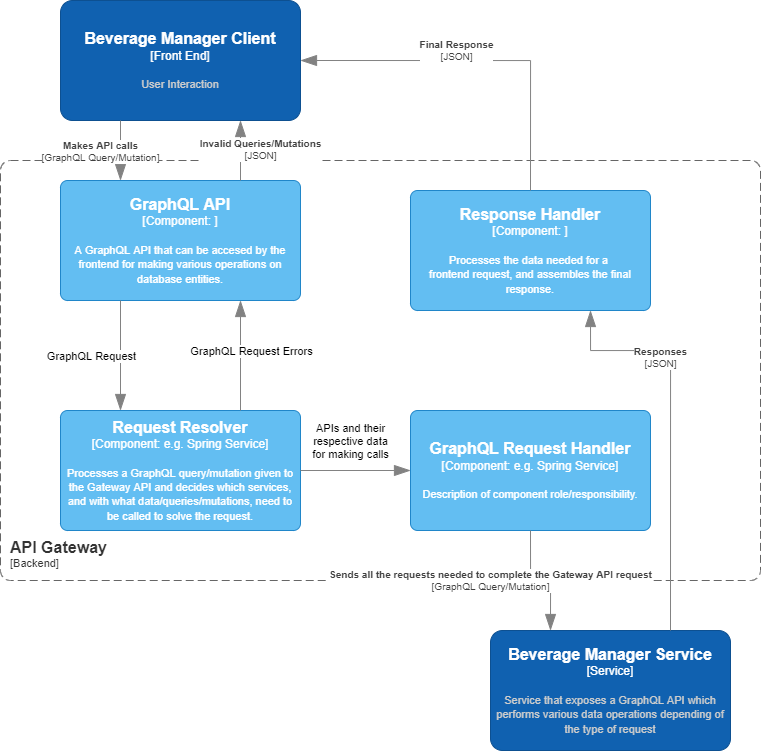
Above: final-deliverables/diagrams/c32/c32_api_gateway.png in Elaech/Wade-BeM (draw.io), before the change. Source tidied: cells renumbered, new cells last; positions are measured from the earlier drawing's top-left corner, leaving out a move shared by most shapes.
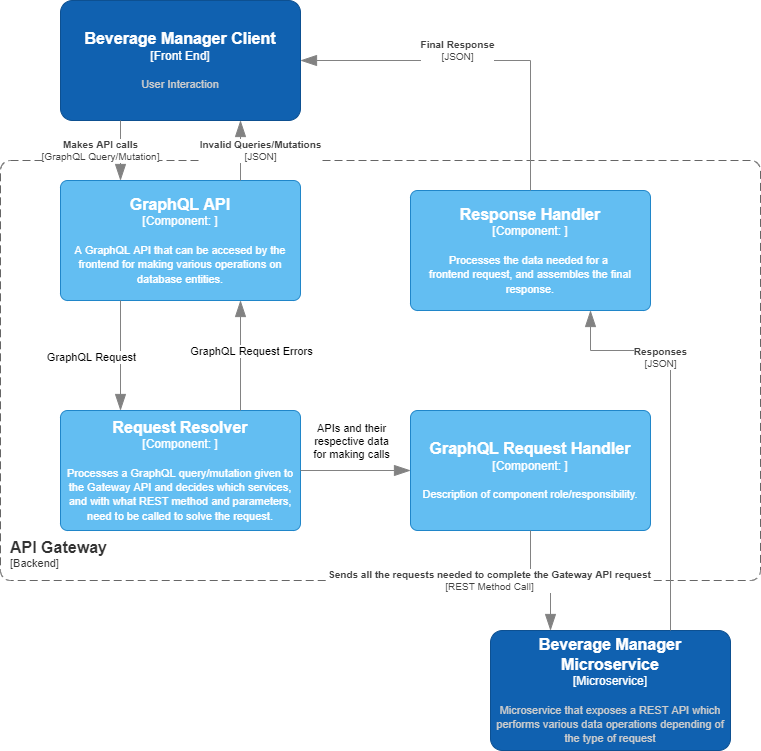
After the change.

The edit, as a diff of the source:
```diff
@@ -12,7 +12,7 @@
         <mxGeometry y="160" width="760" height="420" as="geometry" />
       </mxCell>
     </object>
-    <object id="4" label="&lt;font style=&quot;font-size: 16px&quot;&gt;&lt;b&gt;%c4Name%&lt;/b&gt;&lt;/font&gt;&lt;div&gt;[%c4Type%: %c4Technology%]&lt;/div&gt;&lt;br&gt;&lt;div&gt;&lt;font style=&quot;font-size: 11px&quot;&gt;%c4Description%&lt;/font&gt;&lt;/div&gt;" c4Description="Processes a GraphQL query/mutation given to the Gateway API and decides which services, and with what data/queries/mutations, need to be called to solve the request." c4Name="Request Resolver" c4Technology="e.g. Spring Service" c4Type="Component" placeholders="1">
+    <object id="4" label="&lt;font style=&quot;font-size: 16px&quot;&gt;&lt;b&gt;%c4Name%&lt;/b&gt;&lt;/font&gt;&lt;div&gt;[%c4Type%: %c4Technology%]&lt;/div&gt;&lt;br&gt;&lt;div&gt;&lt;font style=&quot;font-size: 11px&quot;&gt;%c4Description%&lt;/font&gt;&lt;/div&gt;" c4Description="Processes a GraphQL query/mutation given to the Gateway API and decides which services, and with what REST method and parameters, need to be called to solve the request." c4Name="Request Resolver" c4Technology="" c4Type="Component" placeholders="1">
       <mxCell style="rounded=1;whiteSpace=wrap;html=1;labelBackgroundColor=none;fillColor=#63BEF2;fontColor=#ffffff;align=center;arcSize=6;strokeColor=#2086C9;points=[[0.25,0,0],[0.5,0,0],[0.75,0,0],[1,0.25,0],[1,0.5,0],[1,0.75,0],[0.75,1,0],[0.5,1,0],[0.25,1,0],[0,0.75,0],[0,0.5,0],[0,0.25,0]];" parent="1" vertex="1">
         <mxGeometry x="60" y="410" width="240" height="120" as="geometry" />
       </mxCell>
@@ -22,7 +22,7 @@
         <mxGeometry x="60" y="180" width="240" height="120" as="geometry" />
       </mxCell>
     </object>
-    <object id="6" label="&lt;font style=&quot;font-size: 16px&quot;&gt;&lt;b&gt;%c4Name%&lt;/b&gt;&lt;/font&gt;&lt;div&gt;[%c4Type%: %c4Technology%]&lt;/div&gt;&lt;br&gt;&lt;div&gt;&lt;font style=&quot;font-size: 11px&quot;&gt;%c4Description%&lt;/font&gt;&lt;/div&gt;" c4Description="Description of component role/responsibility." c4Name="GraphQL Request Handler" c4Technology="e.g. Spring Service" c4Type="Component" placeholders="1">
+    <object id="6" label="&lt;font style=&quot;font-size: 16px&quot;&gt;&lt;b&gt;%c4Name%&lt;/b&gt;&lt;/font&gt;&lt;div&gt;[%c4Type%: %c4Technology%]&lt;/div&gt;&lt;br&gt;&lt;div&gt;&lt;font style=&quot;font-size: 11px&quot;&gt;%c4Description%&lt;/font&gt;&lt;/div&gt;" c4Description="Description of component role/responsibility." c4Name="GraphQL Request Handler" c4Technology="" c4Type="Component" placeholders="1">
       <mxCell style="rounded=1;whiteSpace=wrap;html=1;labelBackgroundColor=none;fillColor=#63BEF2;fontColor=#ffffff;align=center;arcSize=6;strokeColor=#2086C9;points=[[0.25,0,0],[0.5,0,0],[0.75,0,0],[1,0.25,0],[1,0.5,0],[1,0.75,0],[0.75,1,0],[0.5,1,0],[0.25,1,0],[0,0.75,0],[0,0.5,0],[0,0.25,0]];" parent="1" vertex="1">
         <mxGeometry x="410" y="410" width="240" height="120" as="geometry" />
       </mxCell>
@@ -62,7 +62,7 @@
         <mxPoint x="-20" y="-31" as="offset" />
       </mxGeometry>
     </mxCell>
-    <object id="14" label="&lt;font style=&quot;font-size: 16px&quot;&gt;&lt;b&gt;%c4Name%&lt;/b&gt;&lt;/font&gt;&lt;div&gt;[%c4Type%]&lt;/div&gt;&lt;br&gt;&lt;div&gt;&lt;font style=&quot;font-size: 11px&quot;&gt;&lt;font color=&quot;#cccccc&quot;&gt;%c4Description%&lt;/font&gt;&lt;/div&gt;" c4Description="Service that exposes a GraphQL API which performs various data operations depending of the type of request" c4Name="Beverage Manager Service" c4Type="Service" placeholders="1">
+    <object id="14" label="&lt;font style=&quot;font-size: 16px&quot;&gt;&lt;b&gt;%c4Name%&lt;/b&gt;&lt;/font&gt;&lt;div&gt;[%c4Type%]&lt;/div&gt;&lt;br&gt;&lt;div&gt;&lt;font style=&quot;font-size: 11px&quot;&gt;&lt;font color=&quot;#cccccc&quot;&gt;%c4Description%&lt;/font&gt;&lt;/div&gt;" c4Description="Microservice that exposes a REST API which performs various data operations depending of the type of request" c4Name="Beverage Manager Microservice" c4Type="Microservice" placeholders="1">
       <mxCell style="rounded=1;whiteSpace=wrap;html=1;labelBackgroundColor=none;fillColor=#1061B0;fontColor=#ffffff;align=center;arcSize=10;strokeColor=#0D5091;points=[[0.25,0,0],[0.5,0,0],[0.75,0,0],[1,0.25,0],[1,0.5,0],[1,0.75,0],[0.75,1,0],[0.5,1,0],[0.25,1,0],[0,0.75,0],[0,0.5,0],[0,0.25,0]];" parent="1" vertex="1">
         <mxGeometry x="490" y="630" width="240" height="120" as="geometry" />
       </mxCell>
@@ -77,7 +77,7 @@
         </mxGeometry>
       </mxCell>
     </object>
-    <object id="16" label="&lt;div style=&quot;text-align: left&quot;&gt;&lt;div style=&quot;text-align: center&quot;&gt;&lt;b&gt;%c4Description%&lt;/b&gt;&lt;/div&gt;&lt;div style=&quot;text-align: center&quot;&gt;[%c4Technology%]&lt;/div&gt;&lt;/div&gt;" c4Description="Sends all the requests needed to complete the Gateway API request" c4Technology="GraphQL Query/Mutation" c4Type="Relationship" placeholders="1">
+    <object id="16" label="&lt;div style=&quot;text-align: left&quot;&gt;&lt;div style=&quot;text-align: center&quot;&gt;&lt;b&gt;%c4Description%&lt;/b&gt;&lt;/div&gt;&lt;div style=&quot;text-align: center&quot;&gt;[%c4Technology%]&lt;/div&gt;&lt;/div&gt;" c4Description="Sends all the requests needed to complete the Gateway API request" c4Technology="REST Method Call" c4Type="Relationship" placeholders="1">
       <mxCell style="endArrow=blockThin;html=1;fontSize=10;fontColor=#404040;strokeWidth=1;endFill=1;strokeColor=#828282;elbow=vertical;endSize=14;startSize=14;jumpStyle=arc;jumpSize=16;rounded=0;edgeStyle=orthogonalEdgeStyle;exitX=0.5;exitY=1;exitDx=0;exitDy=0;exitPerimeter=0;entryX=0.25;entryY=0;entryDx=0;entryDy=0;entryPerimeter=0;" parent="1" edge="1" source="6" target="14">
         <mxGeometry x="-0.17" y="-40" relative="1" as="geometry">
           <mxPoint x="-41" y="-40" as="offset" />
```
